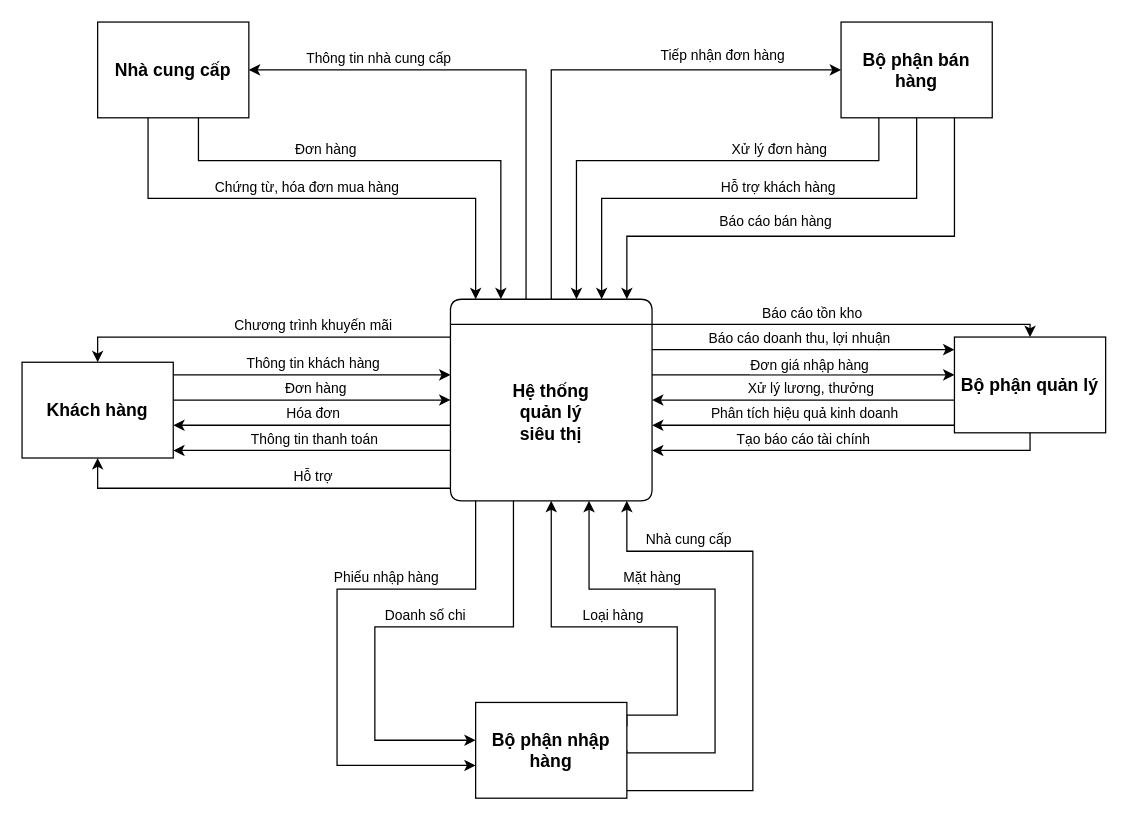
DatLe328/Phan-tich-thiet-ke-he-thong keeps this draw.io diagram as Sơ đồ ngữ cảnh.drawio. Above is the earlier version. Source tidied: cells renumbered, new cells numbered last; positions are measured from the earlier drawing's top-left corner, leaving out a move shared by most shapes. Both pictures are drawn from the tidied source at 126%, with x=0, y=0 at pixel (21, 21).
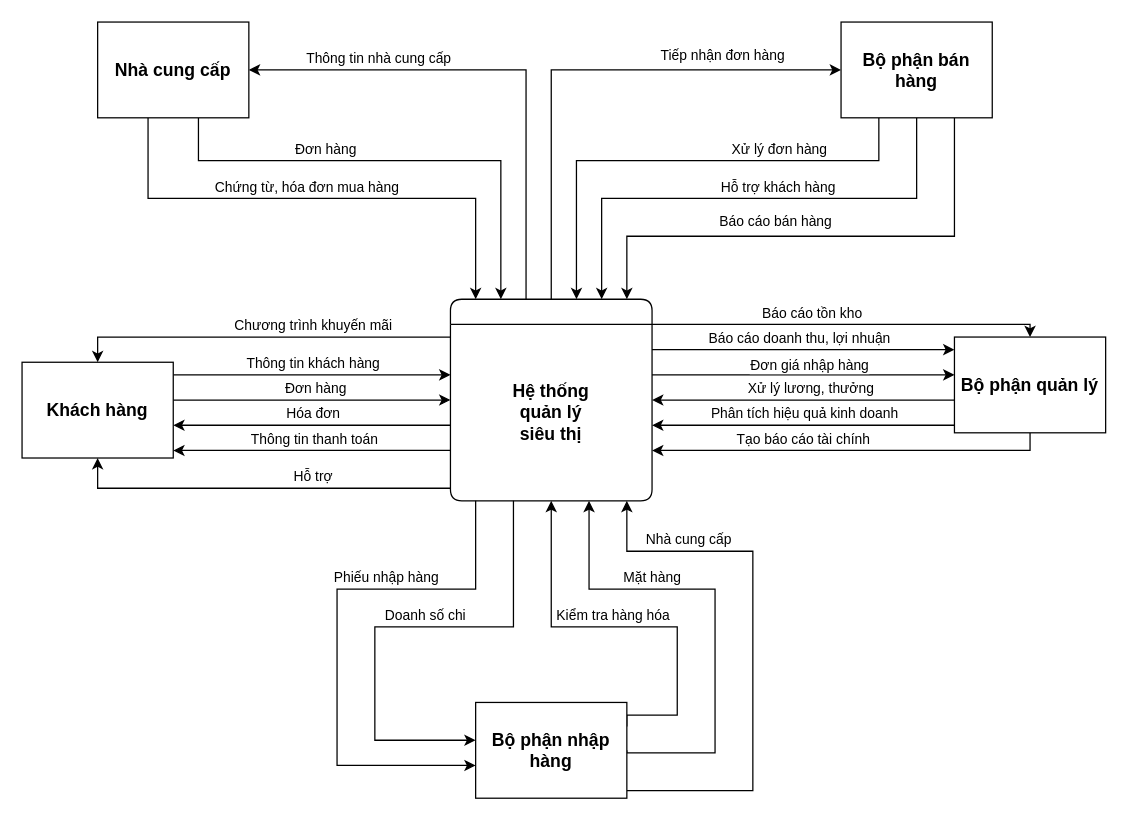
Above is the later version.

Commit message:
Cập nhật Sơ đồ ngữ cảnh.drawio

The change refers to these unchanged cells:
```xml
<mxCell id="39" style="edgeStyle=orthogonalEdgeStyle;rounded=0;jettySize=auto;html=1;exitX=1;exitY=0.25;exitDx=0;exitDy=0;" parent="1" edge="1" source="47" target="10">
  <mxGeometry relative="1" as="geometry">
    <Array as="points">
      <mxPoint x="480" y="550" />
      <mxPoint x="520" y="550" />
      <mxPoint x="520" y="480" />
      <mxPoint x="420" y="480" />
    </Array>
  </mxGeometry>
</mxCell>
```

What changed in the source:
```diff
@@
-    <mxCell id="40" value="Loại hàng" style="edgeLabel;html=1;align=center;verticalAlign=middle;" parent="39" vertex="1">
+    <mxCell id="40" value="Kiểm tra hàng hóa" style="edgeLabel;html=1;align=center;verticalAlign=middle;" parent="39" vertex="1">
       <mxGeometry x="0.07" y="-2" relative="1" as="geometry">
         <mxPoint y="-8" as="offset" />
       </mxGeometry>
     </mxCell>
```
